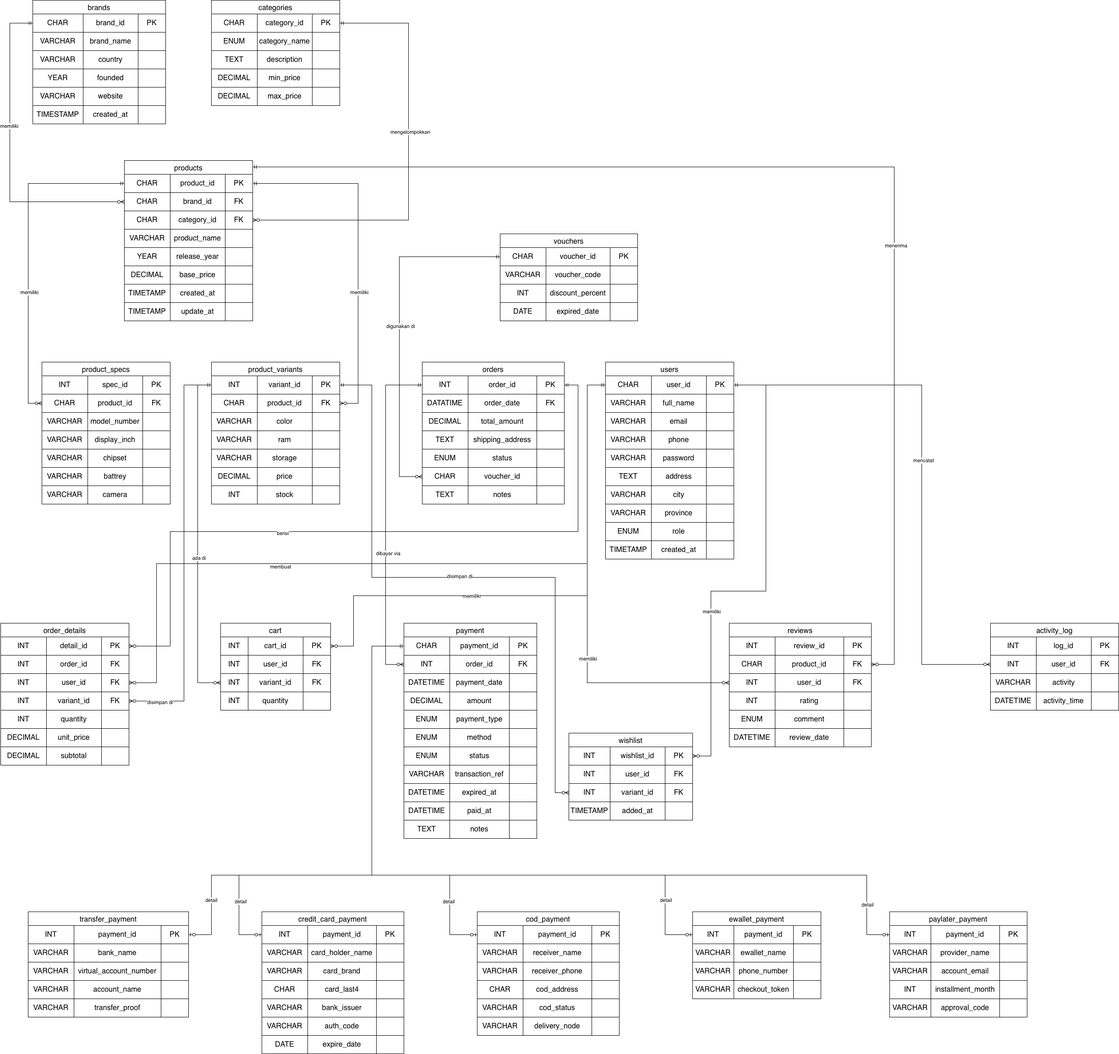
aadyfan/FINAL-PROJECT-SBD-8- keeps this draw.io diagram as ERD E-Phone.drawio.png. Above is the earlier version. Source tidied: cells renumbered, new cells last; positions are measured from the earlier drawing's top-left corner, leaving out a move shared by most shapes.
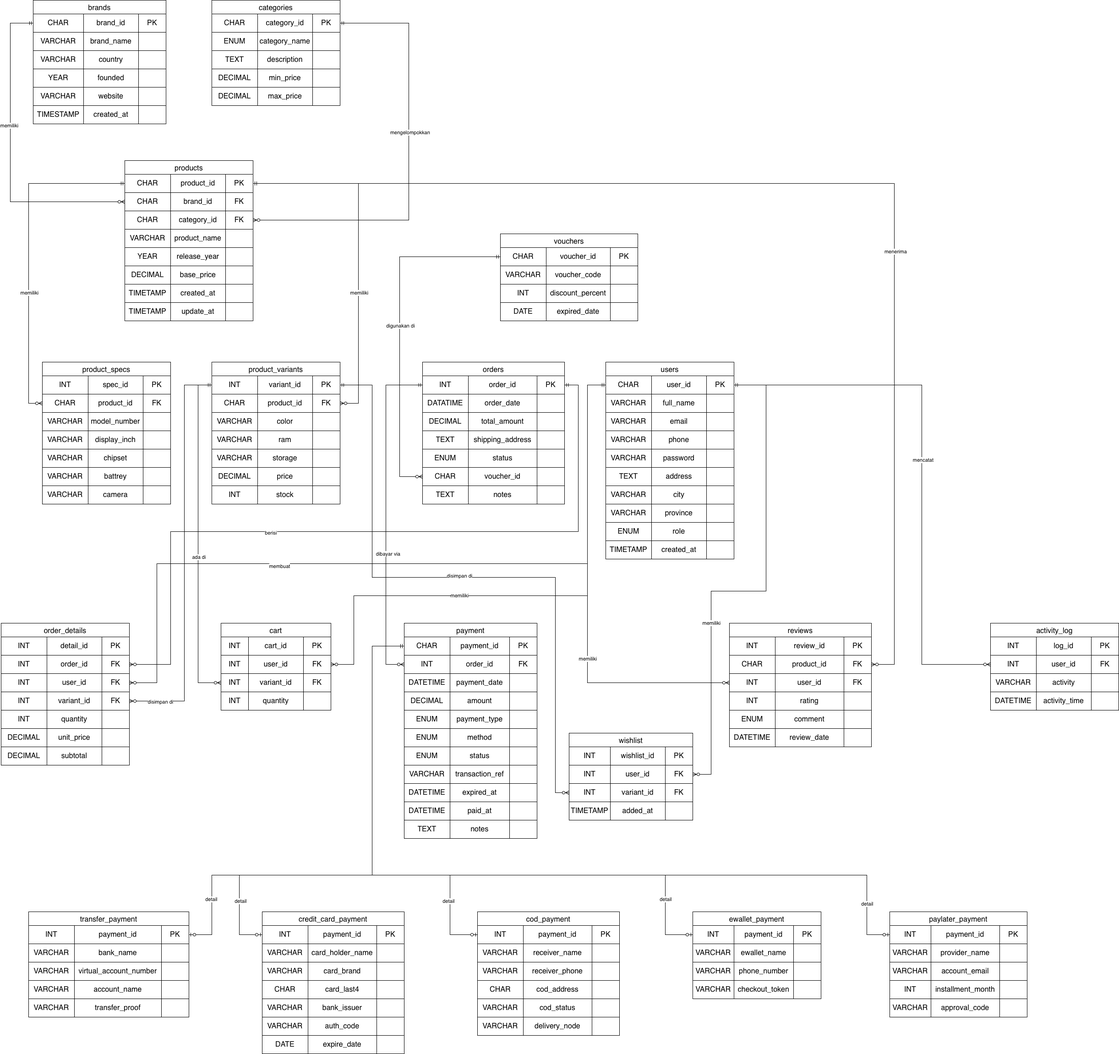
The same file after the commit.

Commit message:
replace erd

What changed in the source:
```diff
@@ -532,7 +532,7 @@
     <mxCell id="171" value="order_date" style="shape=partialRectangle;html=1;whiteSpace=wrap;strokeColor=inherit;overflow=hidden;fillColor=none;top=0;left=0;bottom=0;right=0;fontSize=16;" parent="169" vertex="1">
       <mxGeometry x="100" width="150" height="40" as="geometry" />
     </mxCell>
-    <mxCell id="172" value="FK" style="shape=partialRectangle;html=1;whiteSpace=wrap;strokeColor=inherit;overflow=hidden;fillColor=none;top=0;left=0;bottom=0;right=0;fontSize=16;" parent="169" vertex="1">
+    <mxCell id="172" style="shape=partialRectangle;html=1;whiteSpace=wrap;strokeColor=inherit;overflow=hidden;fillColor=none;top=0;left=0;bottom=0;right=0;fontSize=16;" parent="169" vertex="1">
       <mxGeometry x="250" width="60" height="40" as="geometry" />
     </mxCell>
     <mxCell id="173" style="shape=tableRow;horizontal=0;startSize=0;swimlaneHead=0;swimlaneBody=0;strokeColor=inherit;top=0;left=0;bottom=0;right=0;fillColor=none;fontSize=16;" parent="164" vertex="1">
@@ -1150,10 +1150,10 @@
     <mxCell id="372" value="memiliki" style="edgeLabel;html=1;align=center;verticalAlign=middle;" parent="371" vertex="1">
       <mxGeometry x="0.27" relative="1" as="geometry" />
     </mxCell>
-    <mxCell id="373" style="edgeStyle=orthogonalEdgeStyle;fontSize=12;html=1;endArrow=ERzeroToMany;startArrow=ERmandOne;rounded=0;exitX=1;exitY=0.04;exitDx=0;exitDy=0;exitPerimeter=0;entryX=1;entryY=0.5;entryDx=0;entryDy=0;" parent="1" edge="1" source="48" target="332">
+    <mxCell id="373" style="edgeStyle=orthogonalEdgeStyle;fontSize=12;html=1;endArrow=ERzeroToMany;startArrow=ERmandOne;rounded=0;exitX=1;exitY=0.5;exitDx=0;exitDy=0;entryX=1;entryY=0.5;entryDx=0;entryDy=0;" parent="1" edge="1" source="49" target="332">
       <mxGeometry relative="1" as="geometry">
         <Array as="points">
-          <mxPoint x="1950" y="364" />
+          <mxPoint x="1950" y="400" />
           <mxPoint x="1950" y="1450" />
         </Array>
       </mxGeometry>
@@ -1223,13 +1223,13 @@
     <mxCell id="393" style="shape=partialRectangle;html=1;whiteSpace=wrap;strokeColor=inherit;overflow=hidden;fillColor=none;top=0;left=0;bottom=0;right=0;fontSize=16;" parent="390" vertex="1">
       <mxGeometry x="210" width="60" height="40" as="geometry" />
     </mxCell>
-    <mxCell id="394" style="edgeStyle=orthogonalEdgeStyle;fontSize=12;html=1;endArrow=ERzeroToMany;startArrow=ERmandOne;rounded=0;exitX=1;exitY=0.5;exitDx=0;exitDy=0;entryX=1;entryY=0.5;entryDx=0;entryDy=0;" parent="1" edge="1" source="194" target="378">
+    <mxCell id="394" style="edgeStyle=orthogonalEdgeStyle;fontSize=12;html=1;endArrow=ERzeroToMany;startArrow=ERmandOne;rounded=0;exitX=1;exitY=0.5;exitDx=0;exitDy=0;entryX=1;entryY=0.5;entryDx=0;entryDy=0;" parent="1" edge="1" source="194" target="382">
       <mxGeometry relative="1" as="geometry">
         <Array as="points">
           <mxPoint x="1670" y="840" />
           <mxPoint x="1670" y="1290" />
           <mxPoint x="1550" y="1290" />
-          <mxPoint x="1550" y="1650" />
+          <mxPoint x="1550" y="1690" />
         </Array>
       </mxGeometry>
     </mxCell>
@@ -1271,13 +1271,13 @@
     <mxCell id="401" value="disimpan di" style="edgeLabel;html=1;align=center;verticalAlign=middle;" parent="400" vertex="1">
       <mxGeometry x="0.84" y="1" relative="1" as="geometry" />
     </mxCell>
-    <mxCell id="402" style="edgeStyle=orthogonalEdgeStyle;fontSize=12;html=1;endArrow=ERzeroToMany;startArrow=ERmandOne;rounded=0;exitX=1;exitY=0.5;exitDx=0;exitDy=0;entryX=1;entryY=0.5;entryDx=0;entryDy=0;" parent="1" edge="1" source="165" target="237">
+    <mxCell id="402" style="edgeStyle=orthogonalEdgeStyle;fontSize=12;html=1;endArrow=ERzeroToMany;startArrow=ERmandOne;rounded=0;exitX=1;exitY=0.5;exitDx=0;exitDy=0;entryX=1;entryY=0.5;entryDx=0;entryDy=0;" parent="1" edge="1" source="165" target="241">
       <mxGeometry relative="1" as="geometry">
         <Array as="points">
           <mxPoint x="1260" y="840" />
           <mxPoint x="1260" y="1160" />
           <mxPoint x="370" y="1160" />
-          <mxPoint x="370" y="1410" />
+          <mxPoint x="370" y="1450" />
         </Array>
       </mxGeometry>
     </mxCell>
@@ -1705,13 +1705,13 @@
     <mxCell id="528" value="detail" style="edgeLabel;html=1;align=center;verticalAlign=middle;" parent="527" vertex="1">
       <mxGeometry x="0.77" y="-2" relative="1" as="geometry" />
     </mxCell>
-    <mxCell id="529" style="edgeStyle=orthogonalEdgeStyle;fontSize=12;html=1;endArrow=ERzeroToMany;startArrow=ERmandOne;rounded=0;exitX=0;exitY=0.5;exitDx=0;exitDy=0;entryX=1;entryY=0.5;entryDx=0;entryDy=0;" parent="1" edge="1" source="194" target="266">
+    <mxCell id="529" style="edgeStyle=orthogonalEdgeStyle;fontSize=12;html=1;endArrow=ERzeroToMany;startArrow=ERmandOne;rounded=0;exitX=0;exitY=0.5;exitDx=0;exitDy=0;entryX=1;entryY=0.5;entryDx=0;entryDy=0;" parent="1" edge="1" source="194" target="270">
       <mxGeometry relative="1" as="geometry">
         <Array as="points">
           <mxPoint x="1280" y="840" />
           <mxPoint x="1280" y="1300" />
           <mxPoint x="770" y="1300" />
-          <mxPoint x="770" y="1410" />
+          <mxPoint x="770" y="1450" />
         </Array>
       </mxGeometry>
     </mxCell>
```
